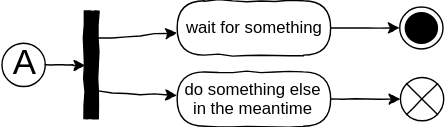
Earlier version of the draw.io export X01_Appendix/UML/Parallel.svg (JirkaDellOro/Code-Inverted). Source tidied: cells renumbered, new cells last; positions are measured from the earlier drawing's top-left corner, leaving out a move shared by most shapes. Its diagram source:
```xml
<mxGraphModel>
  <root>
    <mxCell id="0" />
    <mxCell id="1" parent="0" />
    <mxCell id="2" value="&lt;font style=&quot;font-size: 25px ; line-height: 60%&quot;&gt;A&lt;/font&gt;" style="ellipse;whiteSpace=wrap;html=1;rounded=0;shadow=0;comic=1;strokeWidth=1;fillColor=#FFFFFF;" parent="1" vertex="1">
      <mxGeometry x="0.5" y="30.5" width="31" height="31" as="geometry" />
    </mxCell>
    <mxCell id="3" style="edgeStyle=orthogonalEdgeStyle;rounded=0;jettySize=auto;html=1;comic=1;" parent="1" edge="1" source="2">
      <mxGeometry relative="1" as="geometry">
        <mxPoint x="60.3" y="46.3" as="targetPoint" />
      </mxGeometry>
    </mxCell>
    <mxCell id="4" style="rounded=0;whiteSpace=wrap;html=1;shadow=0;comic=1;strokeWidth=1;fillColor=#000000;rotation=90;" parent="1" vertex="1">
      <mxGeometry x="26" y="41" width="77" height="10" as="geometry" />
    </mxCell>
    <mxCell id="5" style="rounded=0;jettySize=auto;html=1;exitX=0.25;exitY=0;exitDx=0;exitDy=0;comic=1;" parent="1" edge="1" source="4" target="7">
      <mxGeometry relative="1" as="geometry" />
    </mxCell>
    <mxCell id="6" style="edgeStyle=none;rounded=0;comic=1;jettySize=auto;html=1;" parent="1" edge="1" source="7" target="12">
      <mxGeometry relative="1" as="geometry" />
    </mxCell>
    <mxCell id="7" value="wait for something" style="rounded=1;whiteSpace=wrap;html=1;absoluteArcSize=1;arcSize=50;strokeWidth=1;shadow=0;comic=1;" parent="1" vertex="1">
      <mxGeometry x="126" width="110" height="39" as="geometry" />
    </mxCell>
    <mxCell id="8" style="verticalLabelPosition=bottom;verticalAlign=top;html=1;strokeWidth=1;shape=mxgraph.flowchart.or;rounded=0;shadow=0;comic=1;fillColor=#FFFFFF;comic=1;" parent="1" vertex="1">
      <mxGeometry x="286" y="55" width="31" height="31" as="geometry" />
    </mxCell>
    <mxCell id="9" style="rounded=1;comic=1;jettySize=auto;html=1;" parent="1" edge="1" source="11" target="8">
      <mxGeometry relative="1" as="geometry" />
    </mxCell>
    <mxCell id="10" style="edgeStyle=none;rounded=1;comic=1;jettySize=auto;html=1;exitX=0.75;exitY=0;exitDx=0;exitDy=0;" parent="1" edge="1" source="4" target="11">
      <mxGeometry relative="1" as="geometry" />
    </mxCell>
    <mxCell id="11" value="do something else in the meantime" style="rounded=1;whiteSpace=wrap;html=1;absoluteArcSize=1;arcSize=50;strokeWidth=1;shadow=0;comic=1;" parent="1" vertex="1">
      <mxGeometry x="126" y="51" width="110" height="39" as="geometry" />
    </mxCell>
    <mxCell id="12" style="ellipse;html=1;shape=endState;fillColor=#000000;strokeColor=#000000;comic=1;" parent="1" vertex="1">
      <mxGeometry x="285.5" y="4.6" width="31" height="30" as="geometry" />
    </mxCell>
  </root>
</mxGraphModel>
```
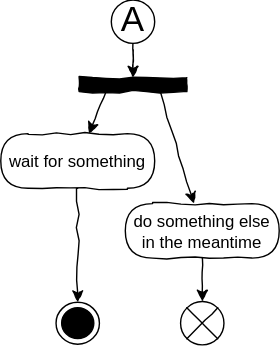
After the commit.

Diff of the diagram source:
```diff
@@ -3,39 +3,37 @@
     <mxCell id="0" />
     <mxCell id="1" parent="0" />
     <mxCell id="2" value="&lt;font style=&quot;font-size: 25px ; line-height: 60%&quot;&gt;A&lt;/font&gt;" style="ellipse;whiteSpace=wrap;html=1;rounded=0;shadow=0;comic=1;strokeWidth=1;fillColor=#FFFFFF;" parent="1" vertex="1">
-      <mxGeometry x="0.5" y="30.5" width="31" height="31" as="geometry" />
+      <mxGeometry x="66" y="30.5" width="31" height="31" as="geometry" />
     </mxCell>
-    <mxCell id="3" style="edgeStyle=orthogonalEdgeStyle;rounded=0;jettySize=auto;html=1;comic=1;" parent="1" edge="1" source="2">
-      <mxGeometry relative="1" as="geometry">
-        <mxPoint x="60.3" y="46.3" as="targetPoint" />
-      </mxGeometry>
+    <mxCell id="3" style="edgeStyle=orthogonalEdgeStyle;rounded=0;jettySize=auto;html=1;comic=1;entryX=0.5;entryY=1;entryDx=0;entryDy=0;" parent="1" edge="1" source="2" target="4">
+      <mxGeometry relative="1" as="geometry" />
     </mxCell>
-    <mxCell id="4" style="rounded=0;whiteSpace=wrap;html=1;shadow=0;comic=1;strokeWidth=1;fillColor=#000000;rotation=90;" parent="1" vertex="1">
-      <mxGeometry x="26" y="41" width="77" height="10" as="geometry" />
+    <mxCell id="4" style="rounded=0;whiteSpace=wrap;html=1;shadow=0;comic=1;strokeWidth=1;fillColor=#000000;rotation=-180;" parent="1" vertex="1">
+      <mxGeometry x="43" y="86" width="77" height="10" as="geometry" />
     </mxCell>
-    <mxCell id="5" style="rounded=0;jettySize=auto;html=1;exitX=0.25;exitY=0;exitDx=0;exitDy=0;comic=1;" parent="1" edge="1" source="4" target="7">
+    <mxCell id="5" style="rounded=0;jettySize=auto;html=1;exitX=0.25;exitY=0;exitDx=0;exitDy=0;comic=1;" parent="1" edge="1" source="4" target="11">
       <mxGeometry relative="1" as="geometry" />
     </mxCell>
     <mxCell id="6" style="edgeStyle=none;rounded=0;comic=1;jettySize=auto;html=1;" parent="1" edge="1" source="7" target="12">
       <mxGeometry relative="1" as="geometry" />
     </mxCell>
     <mxCell id="7" value="wait for something" style="rounded=1;whiteSpace=wrap;html=1;absoluteArcSize=1;arcSize=50;strokeWidth=1;shadow=0;comic=1;" parent="1" vertex="1">
-      <mxGeometry x="126" width="110" height="39" as="geometry" />
+      <mxGeometry x="-13" y="126" width="110" height="39" as="geometry" />
     </mxCell>
     <mxCell id="8" style="verticalLabelPosition=bottom;verticalAlign=top;html=1;strokeWidth=1;shape=mxgraph.flowchart.or;rounded=0;shadow=0;comic=1;fillColor=#FFFFFF;comic=1;" parent="1" vertex="1">
-      <mxGeometry x="286" y="55" width="31" height="31" as="geometry" />
+      <mxGeometry x="115.5" y="246" width="31" height="31" as="geometry" />
     </mxCell>
     <mxCell id="9" style="rounded=1;comic=1;jettySize=auto;html=1;" parent="1" edge="1" source="11" target="8">
       <mxGeometry relative="1" as="geometry" />
     </mxCell>
-    <mxCell id="10" style="edgeStyle=none;rounded=1;comic=1;jettySize=auto;html=1;exitX=0.75;exitY=0;exitDx=0;exitDy=0;" parent="1" edge="1" source="4" target="11">
+    <mxCell id="10" style="edgeStyle=none;rounded=1;comic=1;jettySize=auto;html=1;exitX=0.75;exitY=0;exitDx=0;exitDy=0;" parent="1" edge="1" source="4" target="7">
       <mxGeometry relative="1" as="geometry" />
     </mxCell>
     <mxCell id="11" value="do something else in the meantime" style="rounded=1;whiteSpace=wrap;html=1;absoluteArcSize=1;arcSize=50;strokeWidth=1;shadow=0;comic=1;" parent="1" vertex="1">
-      <mxGeometry x="126" y="51" width="110" height="39" as="geometry" />
+      <mxGeometry x="76" y="176" width="110" height="39" as="geometry" />
     </mxCell>
     <mxCell id="12" style="ellipse;html=1;shape=endState;fillColor=#000000;strokeColor=#000000;comic=1;" parent="1" vertex="1">
-      <mxGeometry x="285.5" y="4.6" width="31" height="30" as="geometry" />
+      <mxGeometry x="26.5" y="246.5" width="31" height="30" as="geometry" />
     </mxCell>
   </root>
 </mxGraphModel>
```
